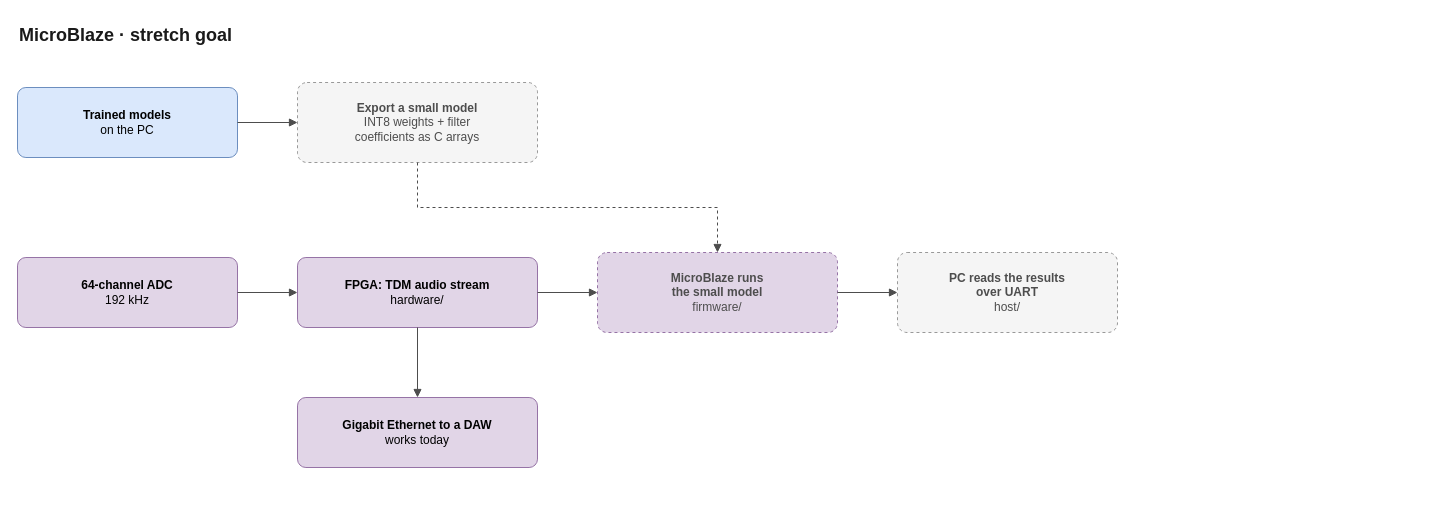
This is page "8 · MicroBlaze" (8 of 8) of docs/project-map/project-map.drawio from Dialovos/fpga-audio-source-classifier, a draw.io file, before an edit. Source tidied: cells renumbered, new cells numbered last; positions are measured from the earlier drawing's top-left corner, leaving out a move shared by most shapes. Both pictures are drawn from the tidied source at 100%, with x=0, y=0 at pixel (17, 17).
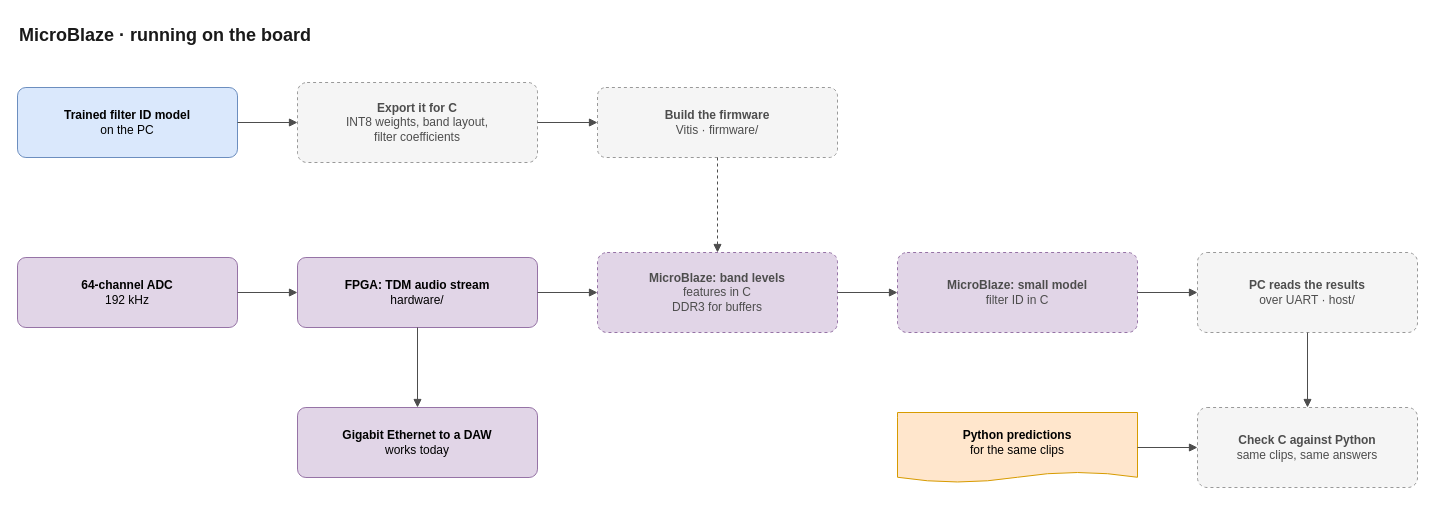
The same page after the edit.

Commit message (it also covers changes not shown here):
Add the filter ID code map and plan for the MicroBlaze in the project map

The change refers to these unchanged cells:
```xml
<mxCell id="6" value="&lt;b&gt;FPGA: TDM audio stream&lt;/b&gt;&lt;br&gt;hardware/" style="rounded=1;arcSize=12;whiteSpace=wrap;html=1;fontSize=12;fillColor=#e1d5e7;strokeColor=#9673a6;" parent="1" vertex="1">
  <mxGeometry x="280" y="240" width="240" height="70" as="geometry" />
</mxCell>
```

Change to the diagram source:
```diff
@@
-    <mxCell id="2" value="MicroBlaze  ·  stretch goal" style="text;html=1;align=left;verticalAlign=middle;fontSize=18;fontStyle=1;fontColor=#1a1a1a;" parent="1" vertex="1">
+    <mxCell id="2" value="MicroBlaze  ·  running on the board" style="text;html=1;align=left;verticalAlign=middle;fontSize=18;fontStyle=1;fontColor=#1a1a1a;" parent="1" vertex="1">
       <mxGeometry width="700" height="36" as="geometry" />
     </mxCell>
-    <mxCell id="3" value="&lt;b&gt;Trained models&lt;/b&gt;&lt;br&gt;on the PC" style="rounded=1;arcSize=12;whiteSpace=wrap;html=1;fontSize=12;fillColor=#dae8fc;strokeColor=#6c8ebf;" parent="1" vertex="1">
+    <mxCell id="3" value="&lt;b&gt;Trained filter ID model&lt;/b&gt;&lt;br&gt;on the PC" style="rounded=1;arcSize=12;whiteSpace=wrap;html=1;fontSize=12;fillColor=#dae8fc;strokeColor=#6c8ebf;" parent="1" vertex="1">
       <mxGeometry y="70" width="220" height="70" as="geometry" />
     </mxCell>
-    <mxCell id="4" value="&lt;b&gt;Export a small model&lt;/b&gt;&lt;br&gt;INT8 weights + filter&lt;br&gt;coefficients as C arrays" style="rounded=1;arcSize=12;whiteSpace=wrap;html=1;fontSize=12;fillColor=#f5f5f5;strokeColor=#999999;dashed=1;fontColor=#4d4d4d;" parent="1" vertex="1">
+    <mxCell id="4" value="&lt;b&gt;Export it for C&lt;/b&gt;&lt;br&gt;INT8 weights, band layout,&lt;br&gt;filter coefficients" style="rounded=1;arcSize=12;whiteSpace=wrap;html=1;fontSize=12;fillColor=#f5f5f5;strokeColor=#999999;dashed=1;fontColor=#4d4d4d;" parent="1" vertex="1">
       <mxGeometry x="280" y="65" width="240" height="80" as="geometry" />
     </mxCell>
+    <mxCell id="16" value="&lt;b&gt;Build the firmware&lt;/b&gt;&lt;br&gt;Vitis  ·  firmware/" style="rounded=1;arcSize=12;whiteSpace=wrap;html=1;fontSize=12;fillColor=#f5f5f5;strokeColor=#999999;dashed=1;fontColor=#4d4d4d;" parent="1" vertex="1">
+      <mxGeometry x="580" y="70" width="240" height="70" as="geometry" />
+    </mxCell>
@@
-    <mxCell id="7" value="&lt;b&gt;MicroBlaze runs&lt;br&gt;the small model&lt;/b&gt;&lt;br&gt;firmware/" style="rounded=1;arcSize=12;whiteSpace=wrap;html=1;fontSize=12;fillColor=#e1d5e7;strokeColor=#9673a6;dashed=1;fontColor=#4d4d4d;" parent="1" vertex="1">
-      <mxGeometry x="580" y="235" width="240" height="80" as="geometry" />
-    </mxCell>
+    <mxCell id="17" value="&lt;b&gt;MicroBlaze: band levels&lt;/b&gt;&lt;br&gt;features in C&lt;br&gt;DDR3 for buffers" style="rounded=1;arcSize=12;whiteSpace=wrap;html=1;fontSize=12;fillColor=#e1d5e7;strokeColor=#9673a6;dashed=1;fontColor=#4d4d4d;" parent="1" vertex="1">
+      <mxGeometry x="580" y="235" width="240" height="80" as="geometry" />
+    </mxCell>
+    <mxCell id="18" value="&lt;b&gt;MicroBlaze: small model&lt;/b&gt;&lt;br&gt;filter ID in C" style="rounded=1;arcSize=12;whiteSpace=wrap;html=1;fontSize=12;fillColor=#e1d5e7;strokeColor=#9673a6;dashed=1;fontColor=#4d4d4d;" parent="1" vertex="1">
+      <mxGeometry x="880" y="235" width="240" height="80" as="geometry" />
+    </mxCell>
-    <mxCell id="8" value="&lt;b&gt;PC reads the results&lt;br&gt;over UART&lt;/b&gt;&lt;br&gt;host/" style="rounded=1;arcSize=12;whiteSpace=wrap;html=1;fontSize=12;fillColor=#f5f5f5;strokeColor=#999999;dashed=1;fontColor=#4d4d4d;" parent="1" vertex="1">
-      <mxGeometry x="880" y="235" width="220" height="80" as="geometry" />
+    <mxCell id="8" value="&lt;b&gt;PC reads the results&lt;/b&gt;&lt;br&gt;over UART  ·  host/" style="rounded=1;arcSize=12;whiteSpace=wrap;html=1;fontSize=12;fillColor=#f5f5f5;strokeColor=#999999;dashed=1;fontColor=#4d4d4d;" parent="1" vertex="1">
+      <mxGeometry x="1180" y="235" width="220" height="80" as="geometry" />
     </mxCell>
     <mxCell id="9" value="&lt;b&gt;Gigabit Ethernet to a DAW&lt;/b&gt;&lt;br&gt;works today" style="rounded=1;arcSize=12;whiteSpace=wrap;html=1;fontSize=12;fillColor=#e1d5e7;strokeColor=#9673a6;" parent="1" vertex="1">
-      <mxGeometry x="280" y="380" width="240" height="70" as="geometry" />
+      <mxGeometry x="280" y="390" width="240" height="70" as="geometry" />
     </mxCell>
+    <mxCell id="19" value="&lt;b&gt;Python predictions&lt;/b&gt;&lt;br&gt;for the same clips" style="shape=document;size=0.15;boundedLbl=1;whiteSpace=wrap;html=1;fontSize=12;fillColor=#ffe6cc;strokeColor=#d79b00;" parent="1" vertex="1">
+      <mxGeometry x="880" y="395" width="240" height="70" as="geometry" />
+    </mxCell>
+    <mxCell id="20" value="&lt;b&gt;Check C against Python&lt;/b&gt;&lt;br&gt;same clips, same answers" style="rounded=1;arcSize=12;whiteSpace=wrap;html=1;fontSize=12;fillColor=#f5f5f5;strokeColor=#999999;dashed=1;fontColor=#4d4d4d;" parent="1" vertex="1">
+      <mxGeometry x="1180" y="390" width="220" height="80" as="geometry" />
+    </mxCell>
@@
-    <mxCell id="11" style="edgeStyle=orthogonalEdgeStyle;rounded=0;jettySize=auto;html=1;strokeColor=#4d4d4d;fontSize=11;labelBackgroundColor=none;fontStyle=1;dashed=1;endArrow=block;endFill=1;exitX=0.5;exitY=1;exitDx=0;exitDy=0;entryX=0.5;entryY=0;entryDx=0;entryDy=0;" parent="1" edge="1" source="4" target="7">
-      <mxGeometry relative="1" as="geometry" />
-    </mxCell>
+    <mxCell id="21" style="edgeStyle=orthogonalEdgeStyle;rounded=0;jettySize=auto;html=1;strokeColor=#4d4d4d;fontSize=11;labelBackgroundColor=none;fontStyle=1;endArrow=block;endFill=1;exitX=1;exitY=0.5;exitDx=0;exitDy=0;entryX=0;entryY=0.5;entryDx=0;entryDy=0;" parent="1" edge="1" source="4" target="16">
+      <mxGeometry relative="1" as="geometry" />
+    </mxCell>
+    <mxCell id="22" style="edgeStyle=orthogonalEdgeStyle;rounded=0;jettySize=auto;html=1;strokeColor=#4d4d4d;fontSize=11;labelBackgroundColor=none;fontStyle=1;dashed=1;endArrow=block;endFill=1;exitX=0.5;exitY=1;exitDx=0;exitDy=0;entryX=0.5;entryY=0;entryDx=0;entryDy=0;" parent="1" edge="1" source="16" target="17">
+      <mxGeometry relative="1" as="geometry" />
+    </mxCell>
@@
-    <mxCell id="13" style="edgeStyle=orthogonalEdgeStyle;rounded=0;jettySize=auto;html=1;strokeColor=#4d4d4d;fontSize=11;labelBackgroundColor=none;fontStyle=1;endArrow=block;endFill=1;exitX=1;exitY=0.5;exitDx=0;exitDy=0;entryX=0;entryY=0.5;entryDx=0;entryDy=0;" parent="1" edge="1" source="6" target="7">
-      <mxGeometry relative="1" as="geometry" />
-    </mxCell>
-    <mxCell id="14" style="edgeStyle=orthogonalEdgeStyle;rounded=0;jettySize=auto;html=1;strokeColor=#4d4d4d;fontSize=11;labelBackgroundColor=none;fontStyle=1;endArrow=block;endFill=1;exitX=1;exitY=0.5;exitDx=0;exitDy=0;entryX=0;entryY=0.5;entryDx=0;entryDy=0;" parent="1" edge="1" source="7" target="8">
-      <mxGeometry relative="1" as="geometry" />
-    </mxCell>
+    <mxCell id="23" style="edgeStyle=orthogonalEdgeStyle;rounded=0;jettySize=auto;html=1;strokeColor=#4d4d4d;fontSize=11;labelBackgroundColor=none;fontStyle=1;endArrow=block;endFill=1;exitX=1;exitY=0.5;exitDx=0;exitDy=0;entryX=0;entryY=0.5;entryDx=0;entryDy=0;" parent="1" edge="1" source="6" target="17">
+      <mxGeometry relative="1" as="geometry" />
+    </mxCell>
+    <mxCell id="24" style="edgeStyle=orthogonalEdgeStyle;rounded=0;jettySize=auto;html=1;strokeColor=#4d4d4d;fontSize=11;labelBackgroundColor=none;fontStyle=1;endArrow=block;endFill=1;exitX=1;exitY=0.5;exitDx=0;exitDy=0;entryX=0;entryY=0.5;entryDx=0;entryDy=0;" parent="1" edge="1" source="17" target="18">
+      <mxGeometry relative="1" as="geometry" />
+    </mxCell>
+    <mxCell id="25" style="edgeStyle=orthogonalEdgeStyle;rounded=0;jettySize=auto;html=1;strokeColor=#4d4d4d;fontSize=11;labelBackgroundColor=none;fontStyle=1;endArrow=block;endFill=1;exitX=1;exitY=0.5;exitDx=0;exitDy=0;entryX=0;entryY=0.5;entryDx=0;entryDy=0;" parent="1" edge="1" source="18" target="8">
+      <mxGeometry relative="1" as="geometry" />
+    </mxCell>
@@
+    <mxCell id="26" style="edgeStyle=orthogonalEdgeStyle;rounded=0;jettySize=auto;html=1;strokeColor=#4d4d4d;fontSize=11;labelBackgroundColor=none;fontStyle=1;endArrow=block;endFill=1;exitX=0.5;exitY=1;exitDx=0;exitDy=0;entryX=0.5;entryY=0;entryDx=0;entryDy=0;" parent="1" edge="1" source="8" target="20">
+      <mxGeometry relative="1" as="geometry" />
+    </mxCell>
+    <mxCell id="27" style="edgeStyle=orthogonalEdgeStyle;rounded=0;jettySize=auto;html=1;strokeColor=#4d4d4d;fontSize=11;labelBackgroundColor=none;fontStyle=1;endArrow=block;endFill=1;exitX=1;exitY=0.5;exitDx=0;exitDy=0;entryX=0;entryY=0.5;entryDx=0;entryDy=0;" parent="1" edge="1" source="19" target="20">
+      <mxGeometry relative="1" as="geometry" />
+    </mxCell>
```
